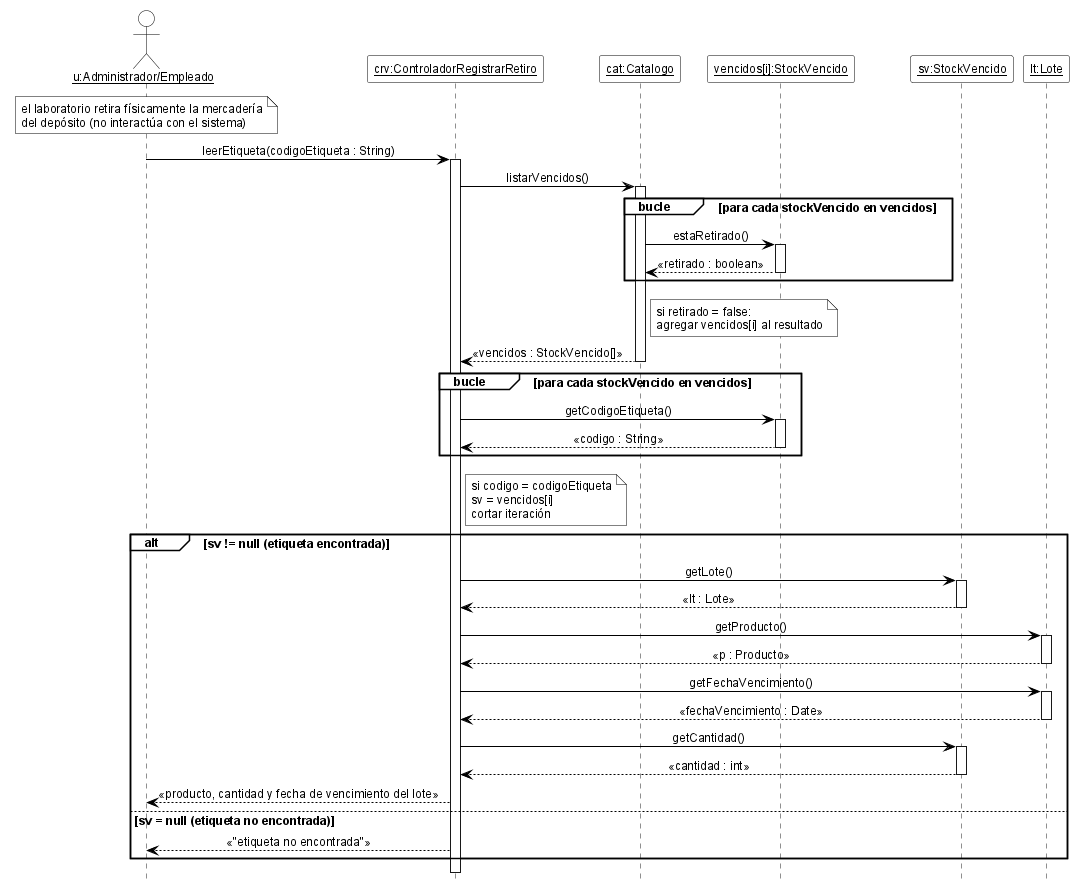
Before: 08-Diagrama De Secuencia/DSD_CU-07_leerEtiqueta.png, a diagram exported from PlantUML (cirotop/Stock-Project). Its diagram source:
```plantuml
@startuml DSD_CU-07_leerEtiqueta
hide footbox
skinparam shadowing false
skinparam defaultFontName Arial
skinparam defaultFontSize 12
skinparam sequenceMessageAlign center
skinparam ArrowColor black
skinparam ParticipantBackgroundColor white
skinparam ParticipantBorderColor black
skinparam ActorBackgroundColor white
skinparam ActorBorderColor black
skinparam LifeLineBorderColor black
skinparam LifeLineBackgroundColor white
skinparam SequenceGroupBackgroundColor white
skinparam SequenceGroupBorderColor black
skinparam SequenceGroupHeaderFontColor black
skinparam NoteBackgroundColor white
skinparam NoteBorderColor black

actor "<u>u:Administrador/Empleado</u>" as u
participant "<u>crv:ControladorRegistrarRetiro</u>" as crv
participant "<u>cat:Catalogo</u>" as cat
participant "<u>vencidos[i]:StockVencido</u>" as vi
participant "<u>sv:StockVencido</u>" as sv
participant "<u>lt:Lote</u>" as lt

note over u : el laboratorio retira físicamente la mercadería\ndel depósito (no interactúa con el sistema)
u -> crv ++ : leerEtiqueta(codigoEtiqueta : String)
crv -> cat ++ : listarVencidos()
group bucle [para cada stockVencido en vencidos]
  cat -> vi ++ : estaRetirado()
  vi --> cat -- : «retirado : boolean»
end
note right of cat : si retirado = false:\nagregar vencidos[i] al resultado
cat --> crv -- : «vencidos : StockVencido[]»
group bucle [para cada stockVencido en vencidos]
  crv -> vi ++ : getCodigoEtiqueta()
  vi --> crv -- : «codigo : String»
end
note right of crv
  si codigo = codigoEtiqueta
  sv = vencidos[i]
  cortar iteración
end note
alt sv != null (etiqueta encontrada)
  crv -> sv ++ : getLote()
  sv --> crv -- : «lt : Lote»
  crv -> lt ++ : getProducto()
  lt --> crv -- : «p : Producto»
  crv -> lt ++ : getFechaVencimiento()
  lt --> crv -- : «fechaVencimiento : Date»
  crv -> sv ++ : getCantidad()
  sv --> crv -- : «cantidad : int»
  crv --> u : «producto, cantidad y fecha de vencimiento del lote»
else sv = null (etiqueta no encontrada)
  crv --> u : «"etiqueta no encontrada"»
end
deactivate crv

@enduml
```
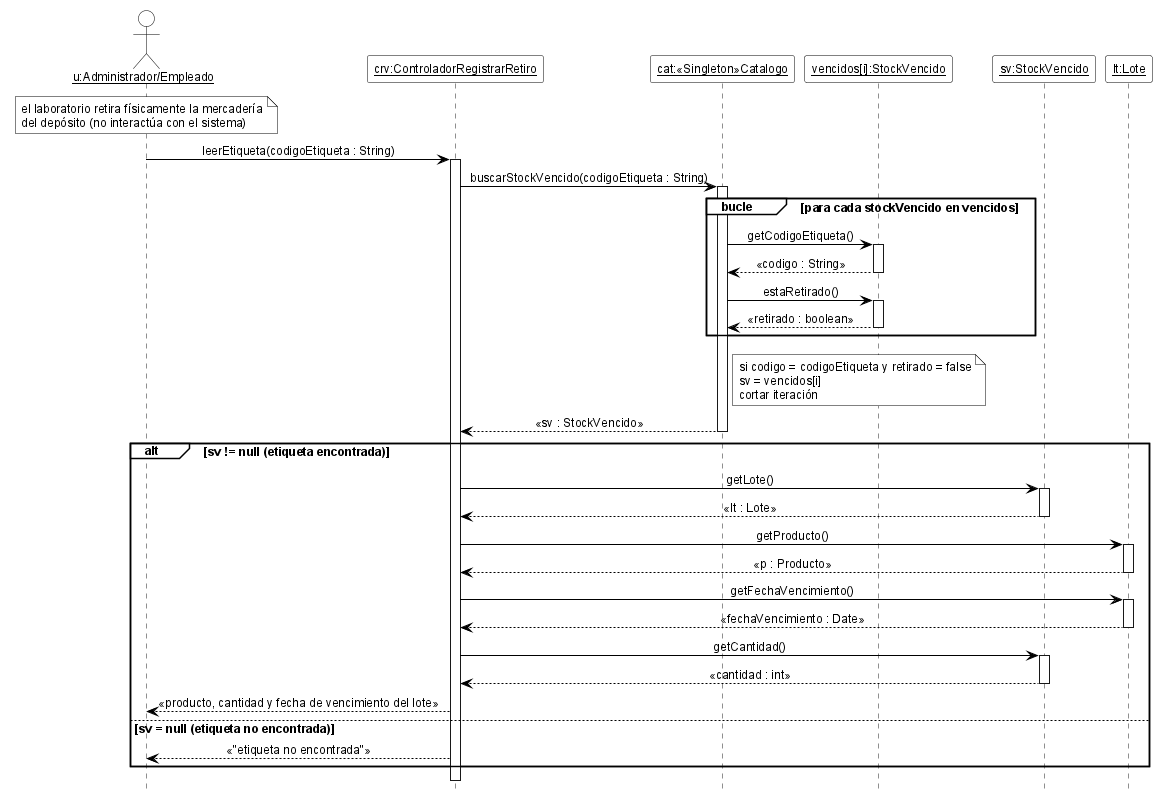
After the change.

Change to the diagram source:
```diff
@@ -7,6 +7,8 @@
 skinparam ArrowColor black
 skinparam ParticipantBackgroundColor white
 skinparam ParticipantBorderColor black
+skinparam CollectionsBackgroundColor white
+skinparam CollectionsBorderColor black
 skinparam ActorBackgroundColor white
 skinparam ActorBorderColor black
 skinparam LifeLineBorderColor black
@@ -19,29 +21,26 @@
 
 actor "<u>u:Administrador/Empleado</u>" as u
 participant "<u>crv:ControladorRegistrarRetiro</u>" as crv
-participant "<u>cat:Catalogo</u>" as cat
+participant "<u>cat:«Singleton»Catalogo</u>" as cat
 participant "<u>vencidos[i]:StockVencido</u>" as vi
 participant "<u>sv:StockVencido</u>" as sv
 participant "<u>lt:Lote</u>" as lt
 
 note over u : el laboratorio retira físicamente la mercadería\ndel depósito (no interactúa con el sistema)
 u -> crv ++ : leerEtiqueta(codigoEtiqueta : String)
-crv -> cat ++ : listarVencidos()
+crv -> cat ++ : buscarStockVencido(codigoEtiqueta : String)
 group bucle [para cada stockVencido en vencidos]
+  cat -> vi ++ : getCodigoEtiqueta()
+  vi --> cat -- : «codigo : String»
   cat -> vi ++ : estaRetirado()
   vi --> cat -- : «retirado : boolean»
 end
-note right of cat : si retirado = false:\nagregar vencidos[i] al resultado
-cat --> crv -- : «vencidos : StockVencido[]»
-group bucle [para cada stockVencido en vencidos]
-  crv -> vi ++ : getCodigoEtiqueta()
-  vi --> crv -- : «codigo : String»
-end
-note right of crv
-  si codigo = codigoEtiqueta
+note right of cat
+  si codigo = codigoEtiqueta y retirado = false
   sv = vencidos[i]
   cortar iteración
 end note
+cat --> crv -- : «sv : StockVencido»
 alt sv != null (etiqueta encontrada)
   crv -> sv ++ : getLote()
   sv --> crv -- : «lt : Lote»
```
